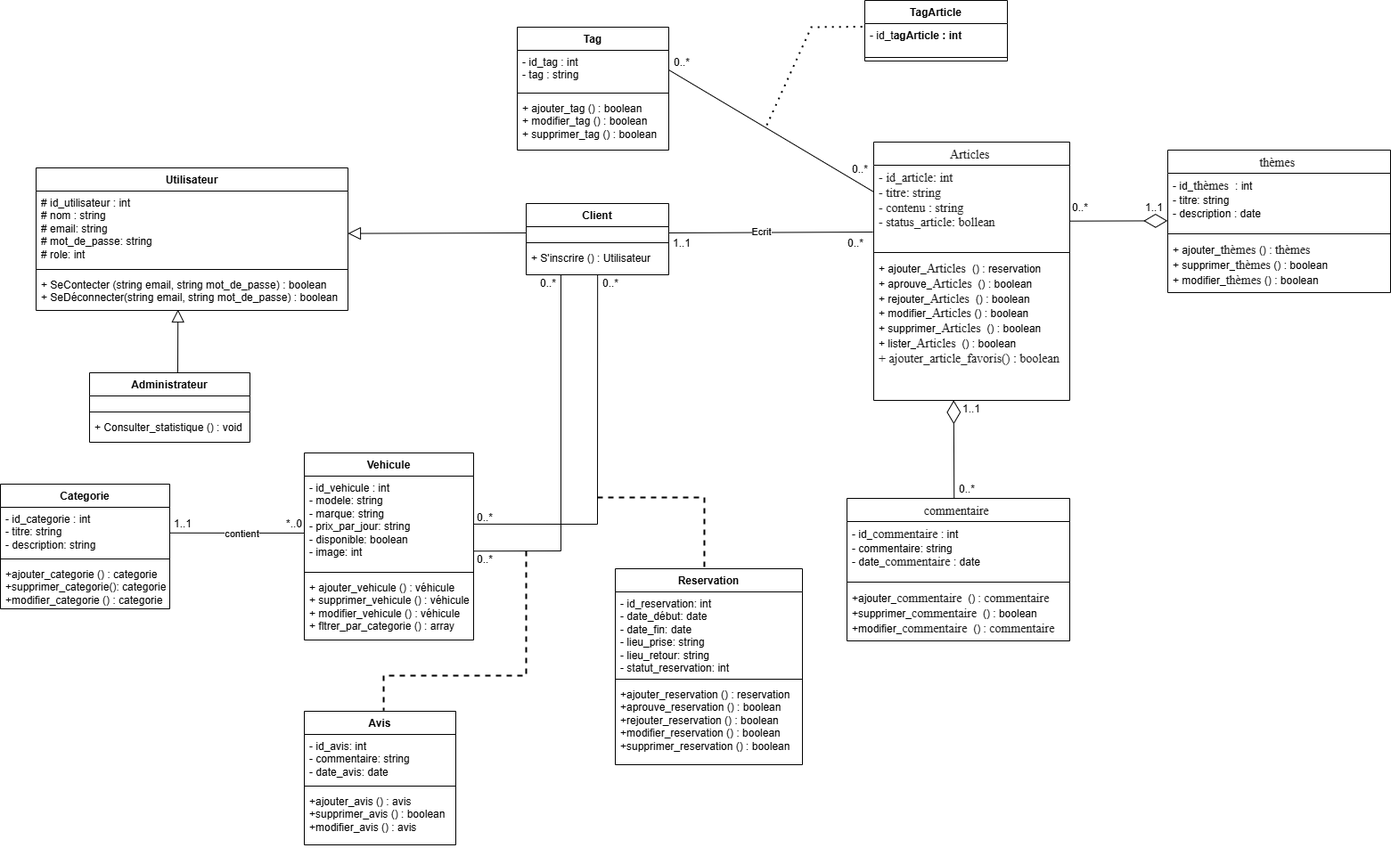
The draw.io diagram Modelisation/Diagramme_de_classe.png in AZIZABADA10/Location_de_voiture, before a commit. Source tidied: cells renumbered, new cells last; positions are measured from the earlier drawing's top-left corner, leaving out a move shared by most shapes.
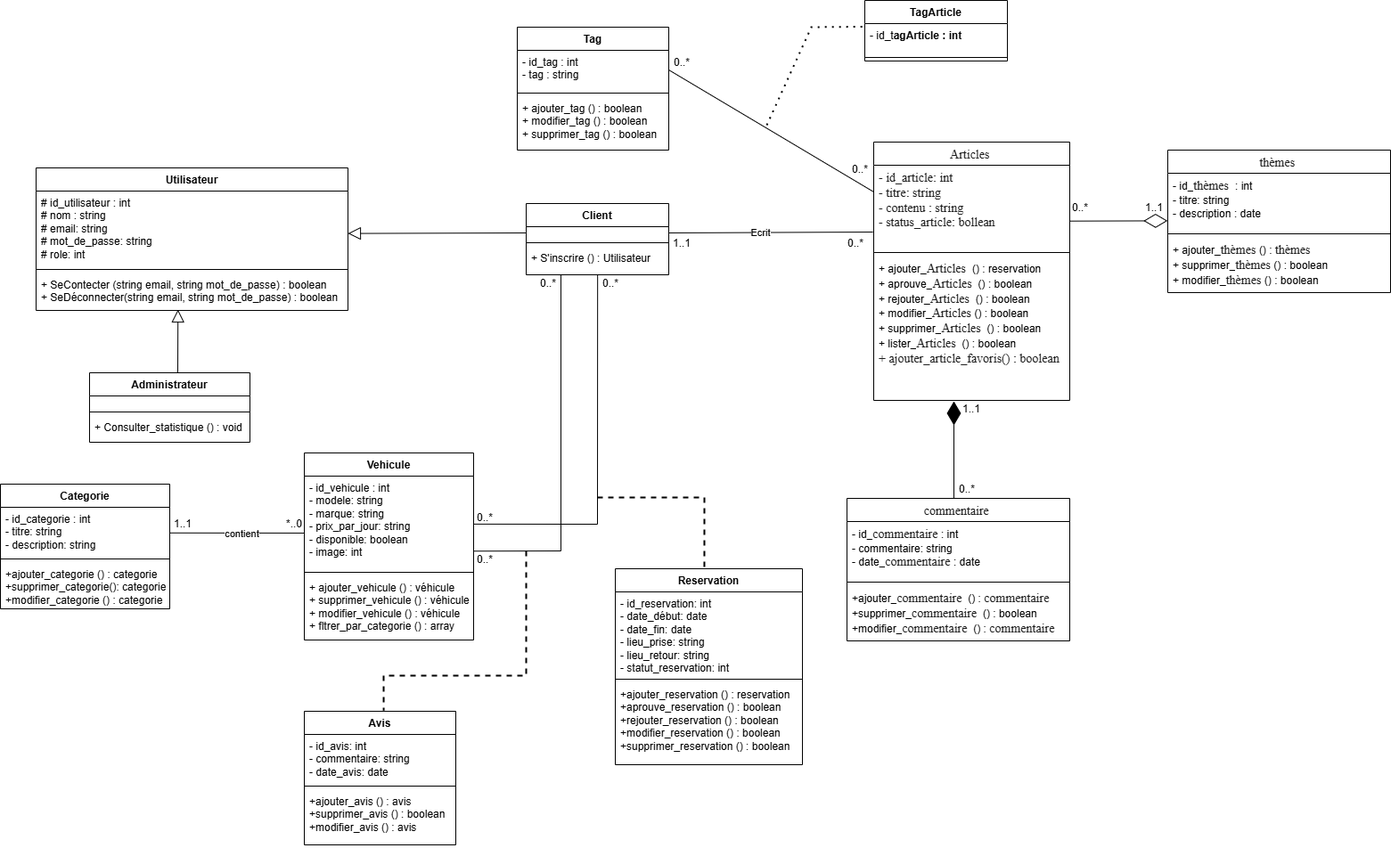
After the change.

Commit message:
modelisation: modification sur le diagramme de classe

Change to the diagram source:
```diff
@@ -184,9 +184,6 @@
     <mxCell id="55" value="0..*" style="text;html=1;whiteSpace=wrap;strokeColor=none;fillColor=none;align=center;verticalAlign=middle;rounded=0;" parent="1" vertex="1">
       <mxGeometry x="950" y="268" width="20" height="10" as="geometry" />
     </mxCell>
-    <mxCell id="56" style="endArrow=diamondThin;endFill=0;endSize=24;html=1;rounded=0;exitX=0.481;exitY=0.001;exitDx=0;exitDy=0;exitPerimeter=0;entryX=0.408;entryY=0.999;entryDx=0;entryDy=0;entryPerimeter=0;" parent="1" edge="1" source="48" target="47">
-      <mxGeometry relative="1" as="geometry" />
-    </mxCell>
     <mxCell id="57" value="0..*" style="text;html=1;whiteSpace=wrap;strokeColor=none;fillColor=none;align=center;verticalAlign=middle;rounded=0;" parent="1" vertex="1">
       <mxGeometry x="1070" y="539" width="30" height="20" as="geometry" />
     </mxCell>
@@ -252,5 +249,10 @@
     <mxCell id="76" value="0..*" style="text;html=1;whiteSpace=wrap;strokeColor=none;fillColor=none;align=center;verticalAlign=middle;rounded=0;" parent="1" vertex="1">
       <mxGeometry x="950" y="180" width="30" height="20" as="geometry" />
     </mxCell>
+    <mxCell id="77" style="endArrow=diamondThin;endFill=1;endSize=24;html=1;rounded=0;exitX=0;exitY=1;exitDx=0;exitDy=0;" parent="1" edge="1" source="57">
+      <mxGeometry relative="1" as="geometry">
+        <mxPoint x="1070" y="450" as="targetPoint" />
+      </mxGeometry>
+    </mxCell>
   </root>
 </mxGraphModel>
```
